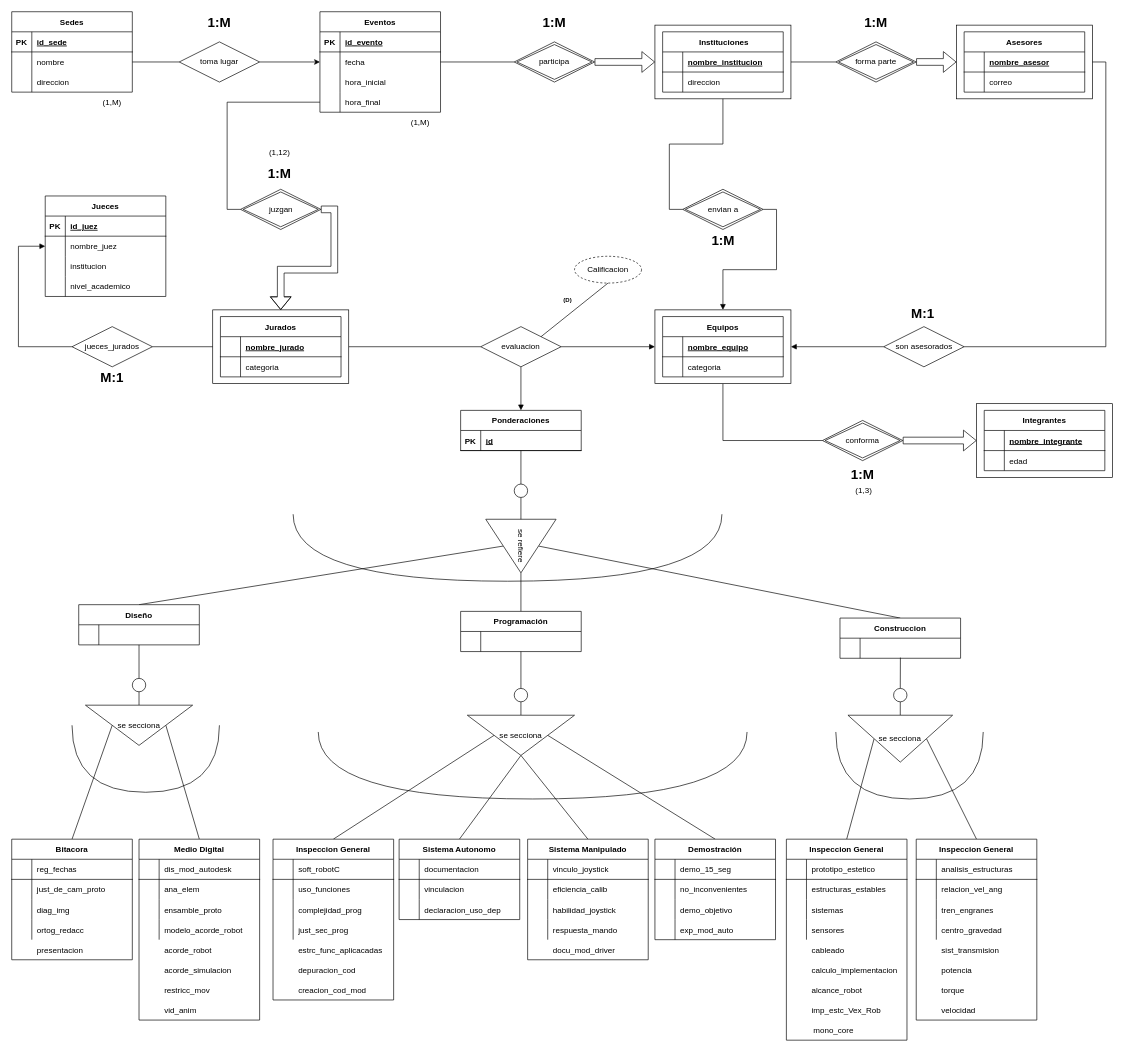
Above: Equipo chido UWU Diagrama ER Proyecto.drawio in LuisRV16/Proyecto-TBD (draw.io), before the change. Source tidied: cells renumbered, new cells numbered last; positions are measured from the earlier drawing's top-left corner, leaving out a move shared by most shapes. Both pictures are drawn from the tidied source at 67%, with x=0, y=0 at pixel (11, 11).
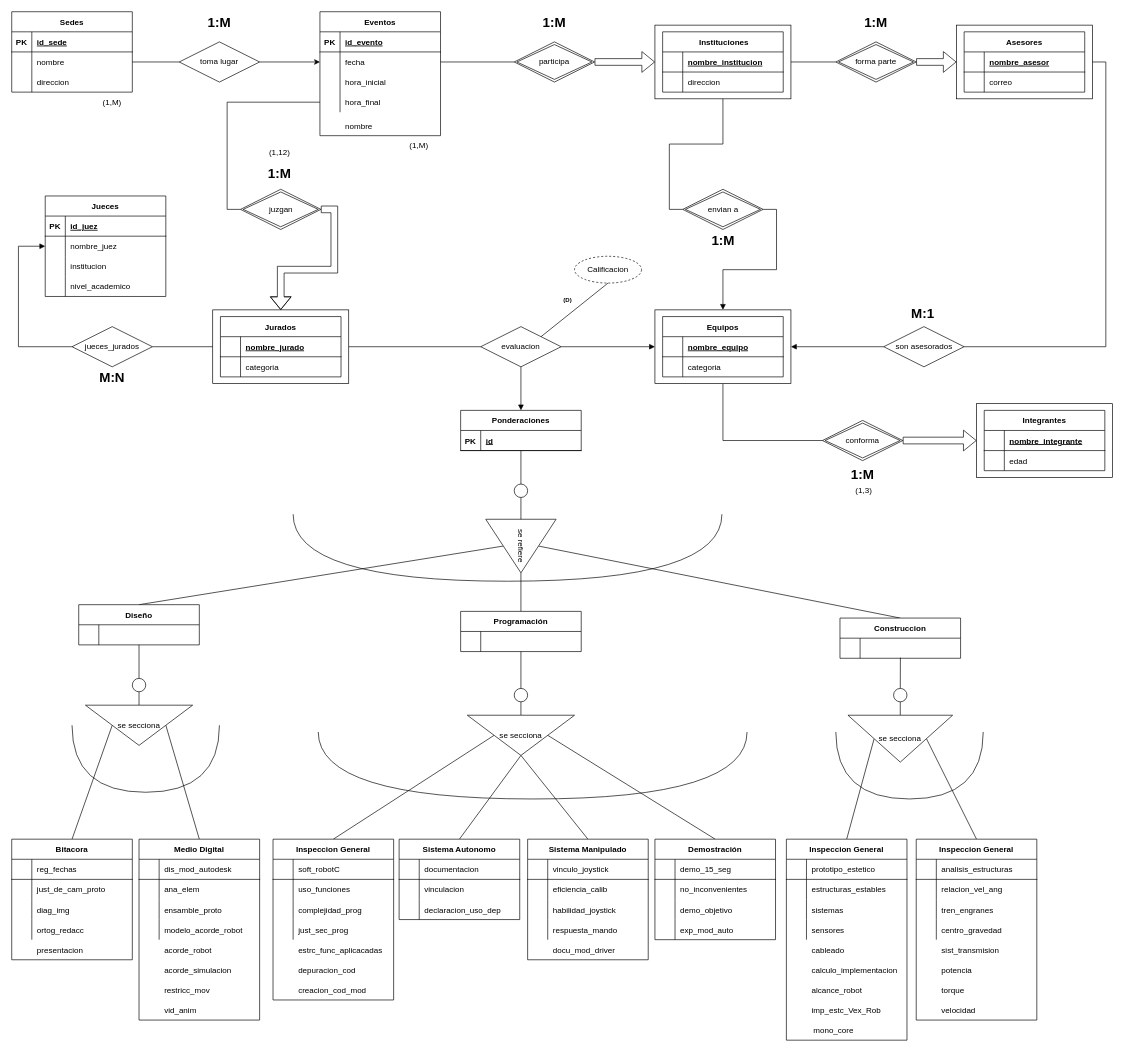
After the change.

The edit, as a diff of the source:
```diff
@@
     <mxCell id="17" value="Eventos" style="shape=table;startSize=30;childLayout=tableLayout;rowLines=0;fontStyle=1;align=center;" parent="1" vertex="1">
-      <mxGeometry x="460" width="180" height="150" as="geometry" />
+      <mxGeometry x="460" width="180" height="185" as="geometry" />
     </mxCell>
@@
-    <mxCell id="109" value="&lt;b&gt;&lt;font style=&quot;font-size: 20px;&quot;&gt;M:1&lt;/font&gt;&lt;/b&gt;" style="text;html=1;strokeColor=none;fillColor=none;align=center;verticalAlign=middle;whiteSpace=wrap;rounded=0;" parent="1" vertex="1">
+    <mxCell id="109" value="&lt;b&gt;&lt;font style=&quot;font-size: 20px;&quot;&gt;M:N&lt;/font&gt;&lt;/b&gt;" style="text;html=1;strokeColor=none;fillColor=none;align=center;verticalAlign=middle;whiteSpace=wrap;rounded=0;" parent="1" vertex="1">
       <mxGeometry x="120" y="530" width="60" height="30" as="geometry" />
     </mxCell>
@@
     <mxCell id="287" value="(1,M)" style="text;html=1;strokeColor=none;fillColor=none;align=center;verticalAlign=middle;whiteSpace=wrap;rounded=0;" parent="1" vertex="1">
-      <mxGeometry x="580" y="150" width="60" height="30" as="geometry" />
+      <mxGeometry x="578.2" y="185" width="60" height="30" as="geometry" />
     </mxCell>
@@
+    <mxCell id="291" style="shape=tableRow;horizontal=0;startSize=0;swimlaneHead=0;swimlaneBody=0;fillColor=none;top=0;left=0;right=0;bottom=0;" parent="1" vertex="1">
+      <mxGeometry x="460" y="145" width="180" height="30" as="geometry" />
+    </mxCell>
+    <mxCell id="292" style="shape=partialRectangle;fillColor=none;top=0;left=0;bottom=0;right=0;overflow=hidden;" parent="291" vertex="1">
+      <mxGeometry width="30" height="30" as="geometry" />
+    </mxCell>
+    <mxCell id="293" value="nombre" style="shape=partialRectangle;fillColor=none;top=0;left=0;bottom=0;right=0;align=left;spacingLeft=6;overflow=hidden;" parent="291" vertex="1">
+      <mxGeometry x="30" y="10" width="150" height="30" as="geometry" />
+    </mxCell>
```
